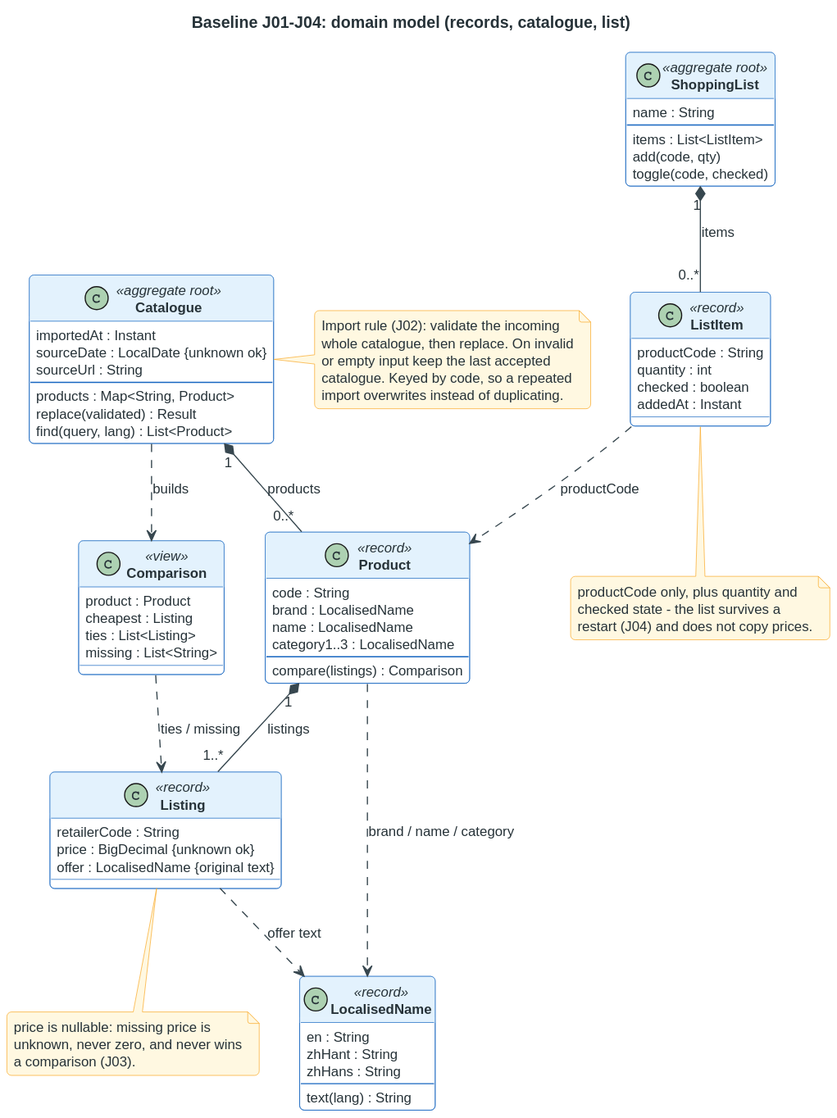
The PlantUML diagram docs/Eric/uml/baseline-j01-j04-class.svg in LamHeiKit230208993/CS3383-Project, before a commit.
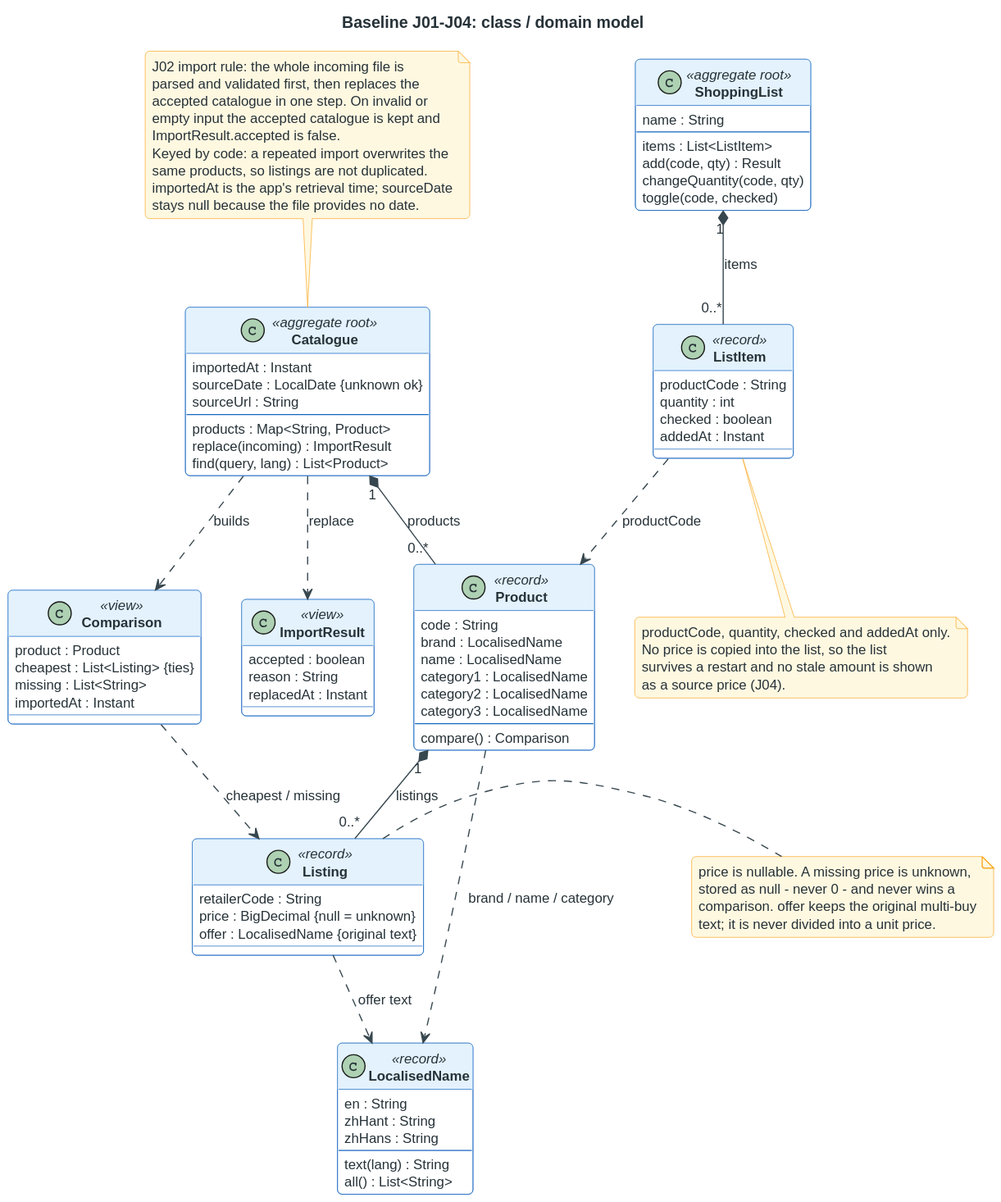
The same file after the commit.

Diff of the diagram source:
```diff
@@ -1,5 +1,5 @@
 @startuml
-title Baseline J01-J04: domain model (records, catalogue, list)
+title Baseline J01-J04: class / domain model
 
 skinparam shadowing false
 skinparam roundcorner 8
@@ -19,6 +19,7 @@
   zhHans : String
   --
   text(lang) : String
+  all() : List<String>
 }
 
 class Catalogue <<aggregate root>> {
@@ -27,30 +28,47 @@
   sourceUrl : String
   --
   products : Map<String, Product>
-  replace(validated) : Result
+  replace(incoming) : ImportResult
   find(query, lang) : List<Product>
+}
+
+class ImportResult <<view>> {
+  accepted : boolean
+  reason : String
+  replacedAt : Instant
 }
 
 class Product <<record>> {
   code : String
   brand : LocalisedName
   name : LocalisedName
-  category1..3 : LocalisedName
+  category1 : LocalisedName
+  category2 : LocalisedName
+  category3 : LocalisedName
   --
-  compare(listings) : Comparison
+  compare() : Comparison
 }
 
 class Listing <<record>> {
   retailerCode : String
-  price : BigDecimal {unknown ok}
+  price : BigDecimal {null = unknown}
   offer : LocalisedName {original text}
 }
 
 class Comparison <<view>> {
   product : Product
-  cheapest : Listing
-  ties : List<Listing>
+  cheapest : List<Listing> {ties}
   missing : List<String>
+  importedAt : Instant
+}
+
+class ShoppingList <<aggregate root>> {
+  name : String
+  --
+  items : List<ListItem>
+  add(code, qty) : Result
+  changeQuantity(code, qty)
+  toggle(code, checked)
 }
 
 class ListItem <<record>> {
@@ -60,40 +78,39 @@
   addedAt : Instant
 }
 
-class ShoppingList <<aggregate root>> {
-  name : String
-  --
-  items : List<ListItem>
-  add(code, qty)
-  toggle(code, checked)
-}
-
 Catalogue "1" *-- "0..*" Product : products
-Product "1" *-- "1..*" Listing : listings
+Product "1" *-- "0..*" Listing : listings
 Product ..> LocalisedName : brand / name / category
 Listing ..> LocalisedName : offer text
+Catalogue ..> ImportResult : replace
 Catalogue ..> Comparison : builds
-Comparison ..> Listing : ties / missing
+Comparison ..> Listing : cheapest / missing
 ShoppingList "1" *-- "0..*" ListItem : items
 ListItem ..> Product : productCode
 
-note right of Catalogue
-  Import rule (J02): validate the incoming
-  whole catalogue, then replace. On invalid
-  or empty input keep the last accepted
-  catalogue. Keyed by code, so a repeated
-  import overwrites instead of duplicating.
+note top of Catalogue
+  J02 import rule: the whole incoming file is
+  parsed and validated first, then replaces the
+  accepted catalogue in one step. On invalid or
+  empty input the accepted catalogue is kept and
+  ImportResult.accepted is false.
+  Keyed by code: a repeated import overwrites the
+  same products, so listings are not duplicated.
+  importedAt is the app's retrieval time; sourceDate
+  stays null because the file provides no date.
 end note
 
-note bottom of Listing
-  price is nullable: missing price is
-  unknown, never zero, and never wins
-  a comparison (J03).
+note right of Listing
+  price is nullable. A missing price is unknown,
+  stored as null - never 0 - and never wins a
+  comparison. offer keeps the original multi-buy
+  text; it is never divided into a unit price.
 end note
 
 note bottom of ListItem
-  productCode only, plus quantity and
-  checked state - the list survives a
-  restart (J04) and does not copy prices.
+  productCode, quantity, checked and addedAt only.
+  No price is copied into the list, so the list
+  survives a restart and no stale amount is shown
+  as a source price (J04).
 end note
 @enduml
```
